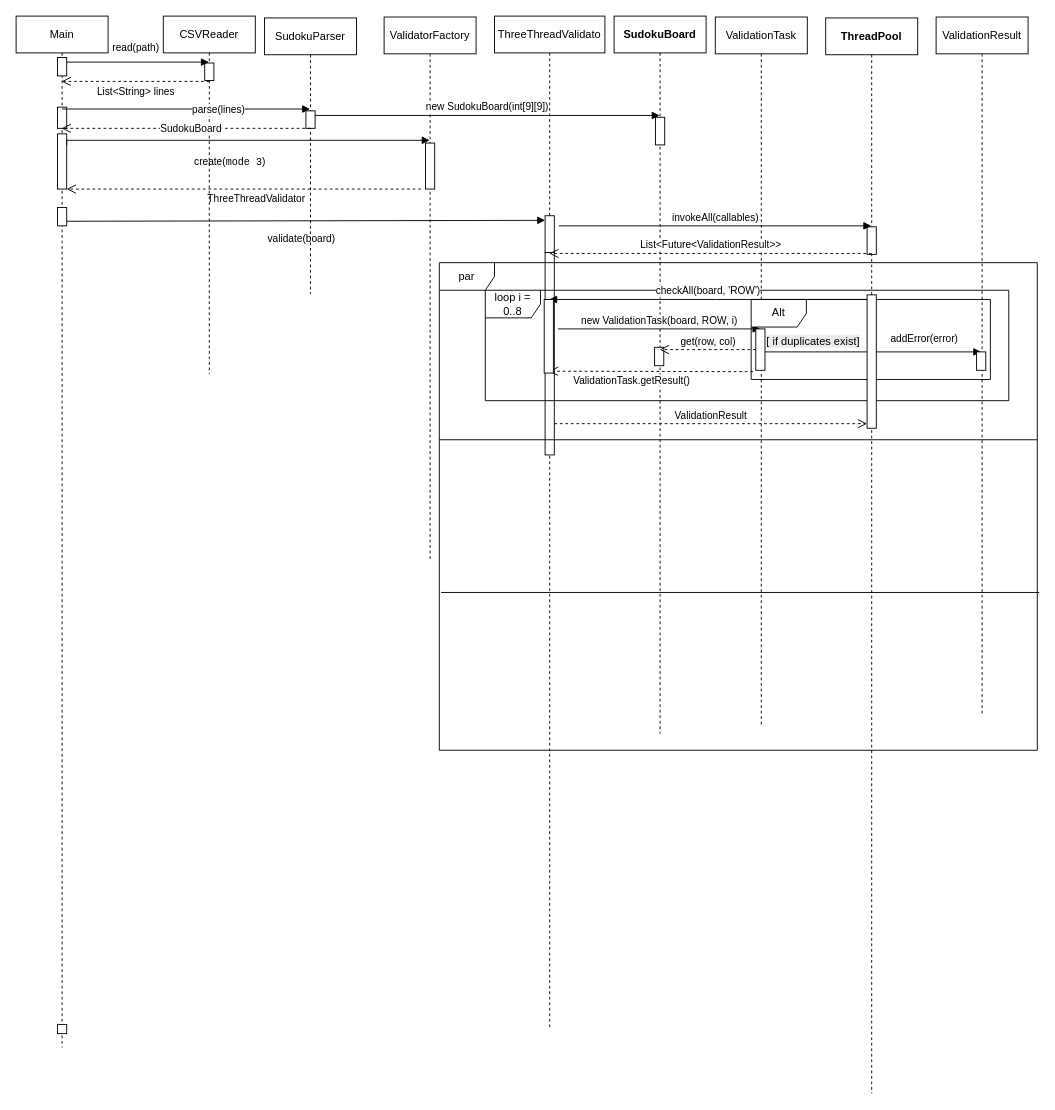
Before: diagrams/mode3 sequence diagram.drawio in Smook-e/Prog_lab9, a draw.io diagram. Source tidied: cells renumbered, new cells numbered last; positions are measured from the earlier drawing's top-left corner, leaving out a move shared by most shapes. Both pictures are drawn from the tidied source at 92%, with x=0, y=0 at pixel (16, 16).
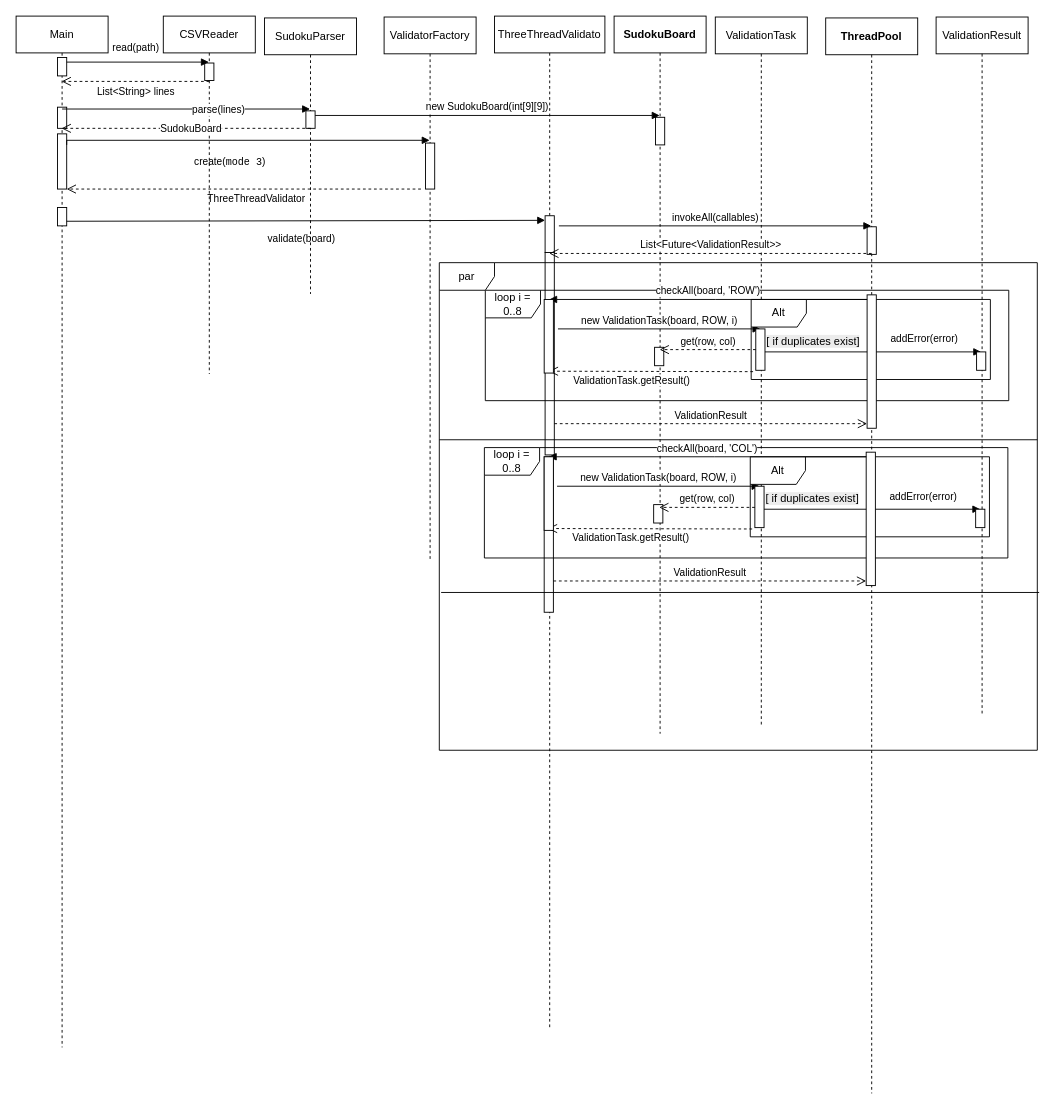
Above is the later version.

Commit message:
second section in par frame

The change refers to these unchanged cells:
```xml
<mxCell id="2" value="Main" style="shape=umlLifeline;perimeter=lifelinePerimeter;whiteSpace=wrap;html=1;outlineConnect=0;portConstraint=eastwest;newEdgeStyle={&quot;curved&quot;:0,&quot;rounded&quot;:0};" parent="1" vertex="1">
  <mxGeometry width="100" height="1121" as="geometry" />
</mxCell>
```

Change to the diagram source:
```diff
@@
-    <mxCell id="5" style="html=1;perimeter=orthogonalPerimeter;targetShapes=umlLifeline;newEdgeStyle={&quot;curved&quot;:0,&quot;rounded&quot;:0};" parent="2" vertex="1">
-      <mxGeometry x="45" y="1096" width="10" height="10" as="geometry" />
-    </mxCell>
@@
+    <mxCell id="50" style="html=1;points=[[0,0,0,0,5],[0,1,0,0,-5],[1,0,0,0,5],[1,1,0,0,-5]];perimeter=orthogonalPerimeter;outlineConnect=0;targetShapes=umlLifeline;portConstraint=eastwest;newEdgeStyle={&quot;curved&quot;:0,&quot;rounded&quot;:0};" parent="1" vertex="1">
+      <mxGeometry x="574" y="479" width="10" height="169" as="geometry" />
+    </mxCell>
+    <mxCell id="51" value="loop i = 0..8" style="shape=umlFrame;whiteSpace=wrap;html=1;" parent="1" vertex="1">
+      <mxGeometry x="509" y="469" width="569" height="120" as="geometry" />
+    </mxCell>
+    <mxCell id="52" value="new ValidationTask(board, ROW, i)" style="html=1;verticalAlign=bottom;endArrow=block;curved=0;rounded=0;" parent="1" edge="1">
+      <mxGeometry relative="1" as="geometry">
+        <mxPoint x="588" y="511" as="sourcePoint" />
+        <mxPoint x="808" y="511" as="targetPoint" />
+      </mxGeometry>
+    </mxCell>
+    <mxCell id="53" style="html=1;points=[[0,0,0,0,5],[0,1,0,0,-5],[1,0,0,0,5],[1,1,0,0,-5]];perimeter=orthogonalPerimeter;outlineConnect=0;targetShapes=umlLifeline;portConstraint=eastwest;newEdgeStyle={&quot;curved&quot;:0,&quot;rounded&quot;:0};" parent="1" vertex="1">
+      <mxGeometry x="803" y="511" width="10" height="45" as="geometry" />
+    </mxCell>
+    <mxCell id="54" style="html=1;perimeter=orthogonalPerimeter;targetShapes=umlLifeline;newEdgeStyle={&quot;curved&quot;:0,&quot;rounded&quot;:0};" parent="1" vertex="1">
+      <mxGeometry x="693" y="531" width="10" height="20" as="geometry" />
+    </mxCell>
+    <mxCell id="55" value="addError(error)" style="html=1;verticalAlign=bottom;endArrow=block;curved=0;rounded=0;exitX=0;exitY=0.5;exitDx=0;exitDy=0;" parent="1" edge="1" source="58">
+      <mxGeometry x="0.47" y="5" relative="1" as="geometry">
+        <mxPoint x="1048" y="536" as="targetPoint" />
+      </mxGeometry>
+    </mxCell>
+    <mxCell id="56" style="html=1;perimeter=orthogonalPerimeter;targetShapes=umlLifeline;newEdgeStyle={&quot;curved&quot;:0,&quot;rounded&quot;:0};" parent="1" vertex="1">
+      <mxGeometry x="1043" y="536" width="10" height="20" as="geometry" />
+    </mxCell>
+    <mxCell id="57" value="Alt" style="shape=umlFrame;whiteSpace=wrap;html=1;" parent="1" vertex="1">
+      <mxGeometry x="798" y="479" width="260" height="87" as="geometry" />
+    </mxCell>
+    <mxCell id="58" value="&lt;span style=&quot;color: rgb(0, 0, 0); font-family: Helvetica; font-size: 12px; font-style: normal; font-variant-ligatures: normal; font-variant-caps: normal; font-weight: 400; letter-spacing: normal; orphans: 2; text-align: left; text-indent: 0px; text-transform: none; widows: 2; word-spacing: 0px; -webkit-text-stroke-width: 0px; white-space: nowrap; background-color: rgb(236, 236, 236); text-decoration-thickness: initial; text-decoration-style: initial; text-decoration-color: initial; float: none; display: inline !important;&quot;&gt;[ if duplicates exist&lt;/span&gt;&lt;span style=&quot;background-color: light-dark(rgb(236, 236, 236), rgb(34, 34, 34)); color: light-dark(rgb(0, 0, 0), rgb(237, 237, 237)); text-wrap-mode: nowrap;&quot;&gt;]&lt;/span&gt;" style="text;whiteSpace=wrap;html=1;" parent="1" vertex="1">
+      <mxGeometry x="813" y="511" width="55" height="50" as="geometry" />
+    </mxCell>
+    <mxCell id="59" value="ValidationTask.getResult()" style="html=1;verticalAlign=bottom;endArrow=open;dashed=1;endSize=8;curved=0;rounded=0;exitX=0.008;exitY=0.902;exitDx=0;exitDy=0;exitPerimeter=0;" parent="1" edge="1" source="57">
+      <mxGeometry x="0.19" y="19" relative="1" as="geometry">
+        <mxPoint x="578" y="557" as="targetPoint" />
+      </mxGeometry>
+    </mxCell>
+    <mxCell id="60" style="html=1;points=[[0,0,0,0,5],[0,1,0,0,-5],[1,0,0,0,5],[1,1,0,0,-5]];perimeter=orthogonalPerimeter;outlineConnect=0;targetShapes=umlLifeline;portConstraint=eastwest;newEdgeStyle={&quot;curved&quot;:0,&quot;rounded&quot;:0};" parent="1" vertex="1">
+      <mxGeometry x="924" y="474" width="10" height="145" as="geometry" />
+    </mxCell>
+    <mxCell id="61" value="checkAll(board, 'COL')" style="html=1;verticalAlign=bottom;endArrow=block;curved=0;rounded=0;exitX=0;exitY=0;exitDx=0;exitDy=5;exitPerimeter=0;" parent="1" edge="1" source="60">
+      <mxGeometry relative="1" as="geometry">
+        <mxPoint x="579" y="479" as="targetPoint" />
+        <Array as="points">
+          <mxPoint x="759" y="479" />
+        </Array>
+      </mxGeometry>
+    </mxCell>
+    <mxCell id="62" value="get(row, col)" style="html=1;verticalAlign=bottom;endArrow=open;dashed=1;endSize=8;curved=0;rounded=0;" parent="1" edge="1" source="53">
+      <mxGeometry relative="1" as="geometry">
+        <mxPoint x="699" y="534" as="targetPoint" />
+      </mxGeometry>
+    </mxCell>
+    <mxCell id="63" value="ValidationResult" style="html=1;verticalAlign=bottom;endArrow=open;dashed=1;endSize=8;curved=0;rounded=0;entryX=0;entryY=1;entryDx=0;entryDy=-5;entryPerimeter=0;" parent="1" edge="1" source="50" target="60">
+      <mxGeometry relative="1" as="geometry" />
+    </mxCell>
@@
+    <mxCell id="64" style="html=1;perimeter=orthogonalPerimeter;targetShapes=umlLifeline;newEdgeStyle={&quot;curved&quot;:0,&quot;rounded&quot;:0};" parent="1" vertex="1">
+      <mxGeometry x="574" y="479" width="10" height="80" as="geometry" />
+    </mxCell>
```
